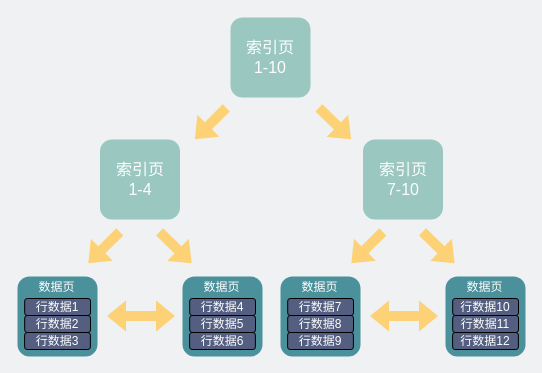
This is network/B+树结构.drawio from xiaobaiTech/image, a draw.io file, before an edit. Source tidied: cells renumbered, new cells numbered last; positions are measured from the earlier drawing's top-left corner, leaving out a move shared by most shapes. Both pictures are drawn from the tidied source at 100%, with x=0, y=0 at pixel (17, 17).
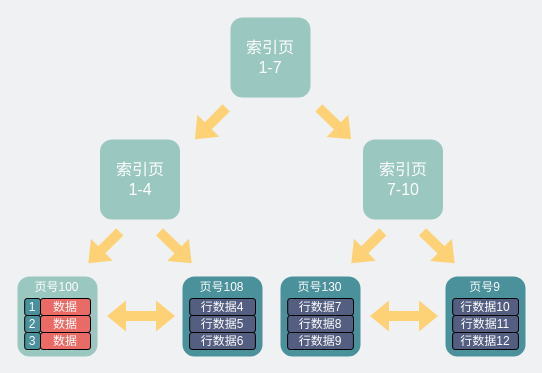
The same page after the edit.

What changed in the source:
```diff
@@
-    <mxCell id="2" value="&lt;font color=&quot;#ffffff&quot;&gt;&lt;span style=&quot;font-size: 16px&quot;&gt;索引页&lt;br&gt;1-10&lt;br&gt;&lt;/span&gt;&lt;/font&gt;" style="whiteSpace=wrap;html=1;rounded=1;strokeColor=none;fillColor=#9AC7BF;" parent="1" vertex="1">
+    <mxCell id="2" value="&lt;font color=&quot;#ffffff&quot;&gt;&lt;span style=&quot;font-size: 16px&quot;&gt;索引页&lt;br&gt;1-7&lt;br&gt;&lt;/span&gt;&lt;/font&gt;" style="whiteSpace=wrap;html=1;rounded=1;strokeColor=none;fillColor=#9AC7BF;" parent="1" vertex="1">
       <mxGeometry x="213" width="80" height="80" as="geometry" />
     </mxCell>
@@
-    <mxCell id="5" value="&lt;font color=&quot;#ffffff&quot;&gt;&lt;span style=&quot;font-size: 16px&quot;&gt;&lt;br&gt;&lt;/span&gt;&lt;/font&gt;" style="whiteSpace=wrap;html=1;rounded=1;strokeColor=none;fillColor=#4A919B;" parent="1" vertex="1">
+    <mxCell id="5" value="&lt;font color=&quot;#ffffff&quot;&gt;&lt;span style=&quot;font-size: 16px&quot;&gt;&lt;br&gt;&lt;/span&gt;&lt;/font&gt;" style="whiteSpace=wrap;html=1;rounded=1;strokeColor=none;fillColor=#9AC7BF;" parent="1" vertex="1">
       <mxGeometry y="259" width="80" height="80" as="geometry" />
     </mxCell>
-    <mxCell id="6" value="行数据1" style="rounded=1;whiteSpace=wrap;html=1;fillColor=#535E80;strokeColor=default;fontColor=#FFFFFF;" parent="1" vertex="1">
-      <mxGeometry x="7.2" y="281" width="65.8" height="17" as="geometry" />
+    <mxCell id="6" value="数据" style="rounded=1;whiteSpace=wrap;html=1;fillColor=#EA6B66;strokeColor=default;fontColor=#FFFFFF;align=center;" parent="1" vertex="1">
+      <mxGeometry x="23" y="281" width="50" height="17" as="geometry" />
     </mxCell>
-    <mxCell id="7" value="行数据2" style="rounded=1;whiteSpace=wrap;html=1;fillColor=#535E80;strokeColor=default;fontColor=#FFFFFF;" parent="1" vertex="1">
-      <mxGeometry x="7.2" y="298" width="65.8" height="17" as="geometry" />
-    </mxCell>
-    <mxCell id="8" value="行数据3" style="rounded=1;whiteSpace=wrap;html=1;fillColor=#535E80;strokeColor=default;fontColor=#FFFFFF;" parent="1" vertex="1">
-      <mxGeometry x="7.1" y="315" width="65.8" height="17" as="geometry" />
-    </mxCell>
-    <mxCell id="9" value="&lt;font color=&quot;#ffffff&quot;&gt;数据页&lt;/font&gt;" style="text;html=1;strokeColor=none;fillColor=none;align=center;verticalAlign=middle;whiteSpace=wrap;rounded=0;dashed=1;fontColor=#535E80;" parent="1" vertex="1">
+    <mxCell id="9" value="&lt;font color=&quot;#ffffff&quot;&gt;页号100&lt;/font&gt;" style="text;html=1;strokeColor=none;fillColor=none;align=center;verticalAlign=middle;whiteSpace=wrap;rounded=0;dashed=1;fontColor=#535E80;" parent="1" vertex="1">
       <mxGeometry x="12" y="259" width="55" height="22" as="geometry" />
     </mxCell>
@@
-    <mxCell id="14" value="&lt;font color=&quot;#ffffff&quot;&gt;数据页&lt;/font&gt;" style="text;html=1;strokeColor=none;fillColor=none;align=center;verticalAlign=middle;whiteSpace=wrap;rounded=0;dashed=1;fontColor=#535E80;" parent="1" vertex="1">
+    <mxCell id="14" value="&lt;font color=&quot;#ffffff&quot;&gt;页号108&lt;/font&gt;" style="text;html=1;strokeColor=none;fillColor=none;align=center;verticalAlign=middle;whiteSpace=wrap;rounded=0;dashed=1;fontColor=#535E80;" parent="1" vertex="1">
       <mxGeometry x="177" y="259" width="55" height="22" as="geometry" />
     </mxCell>
@@
-    <mxCell id="25" value="&lt;font color=&quot;#ffffff&quot;&gt;数据页&lt;/font&gt;" style="text;html=1;strokeColor=none;fillColor=none;align=center;verticalAlign=middle;whiteSpace=wrap;rounded=0;dashed=1;fontColor=#535E80;" parent="1" vertex="1">
+    <mxCell id="25" value="&lt;font color=&quot;#ffffff&quot;&gt;页号130&lt;/font&gt;" style="text;html=1;strokeColor=none;fillColor=none;align=center;verticalAlign=middle;whiteSpace=wrap;rounded=0;dashed=1;fontColor=#535E80;" parent="1" vertex="1">
       <mxGeometry x="275" y="259" width="55" height="22" as="geometry" />
     </mxCell>
@@
-    <mxCell id="30" value="&lt;font color=&quot;#ffffff&quot;&gt;数据页&lt;/font&gt;" style="text;html=1;strokeColor=none;fillColor=none;align=center;verticalAlign=middle;whiteSpace=wrap;rounded=0;dashed=1;fontColor=#535E80;" parent="1" vertex="1">
+    <mxCell id="30" value="&lt;font color=&quot;#ffffff&quot;&gt;页号9&lt;/font&gt;" style="text;html=1;strokeColor=none;fillColor=none;align=center;verticalAlign=middle;whiteSpace=wrap;rounded=0;dashed=1;fontColor=#535E80;" parent="1" vertex="1">
       <mxGeometry x="440" y="259" width="55" height="22" as="geometry" />
     </mxCell>
@@
+    <mxCell id="33" value="&lt;font&gt;1&lt;/font&gt;" style="rounded=1;whiteSpace=wrap;html=1;fillColor=#4A919B;strokeColor=default;fontColor=#FFFFFF;" parent="1" vertex="1">
+      <mxGeometry x="7.2" y="281" width="15.8" height="17" as="geometry" />
+    </mxCell>
+    <mxCell id="34" value="数据" style="rounded=1;whiteSpace=wrap;html=1;fillColor=#EA6B66;strokeColor=default;fontColor=#FFFFFF;align=center;" parent="1" vertex="1">
+      <mxGeometry x="23" y="298" width="50" height="17" as="geometry" />
+    </mxCell>
+    <mxCell id="35" value="&lt;font&gt;2&lt;/font&gt;" style="rounded=1;whiteSpace=wrap;html=1;fillColor=#4A919B;strokeColor=default;fontColor=#FFFFFF;" parent="1" vertex="1">
+      <mxGeometry x="7.2" y="298" width="15.8" height="17" as="geometry" />
+    </mxCell>
+    <mxCell id="36" value="数据" style="rounded=1;whiteSpace=wrap;html=1;fillColor=#EA6B66;strokeColor=default;fontColor=#FFFFFF;align=center;" parent="1" vertex="1">
+      <mxGeometry x="23" y="315" width="50" height="17" as="geometry" />
+    </mxCell>
+    <mxCell id="37" value="&lt;font&gt;3&lt;/font&gt;" style="rounded=1;whiteSpace=wrap;html=1;fillColor=#4A919B;strokeColor=default;fontColor=#FFFFFF;" parent="1" vertex="1">
+      <mxGeometry x="7.2" y="315" width="15.8" height="17" as="geometry" />
+    </mxCell>
```
